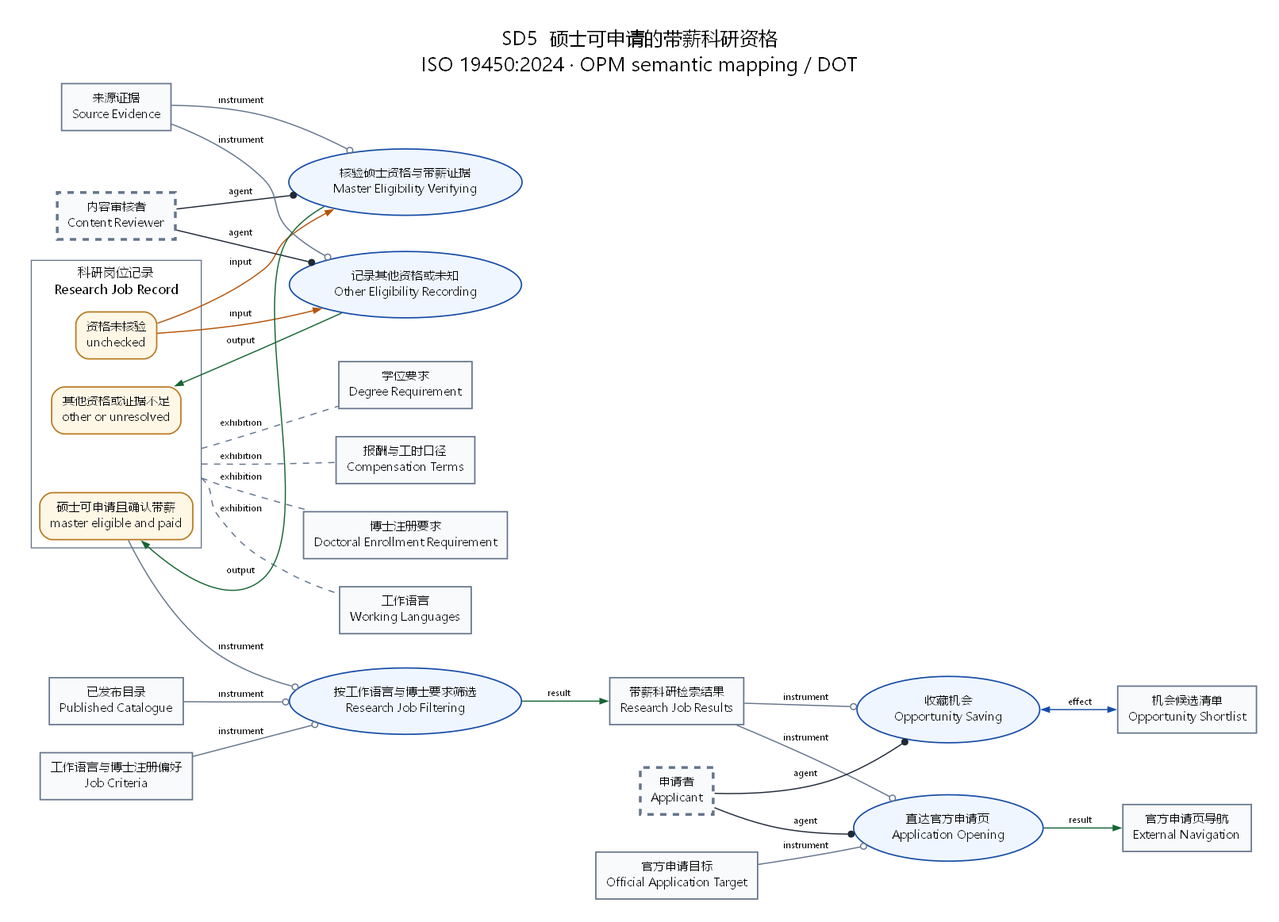
This is opm/SD5.png from witold-andelie/Czech-Uni-Application, a Graphviz export, as it was before one commit. Its source is kept beside it as opm/SD5.dot. Its diagram source:
```dot
digraph SD5 {
  graph [rankdir="LR", compound="true", bgcolor="#FFFFFF", pad="0.3", nodesep="0.38", ranksep="0.65", splines="spline", fontname="Microsoft YaHei", fontsize="18", labelloc="t", label="SD5  硕士可申请的带薪科研资格\nISO 19450:2024 · OPM semantic mapping / DOT"];
  node [fontname="Microsoft YaHei", fontsize="11", margin="0.14,0.10", penwidth="1.3"];
  edge [fontname="Segoe UI", fontsize="9", arrowsize="0.7", penwidth="1.1"];
  subgraph cluster_jobs {
    graph [label="科研岗位记录\nResearch Job Record", color="#64748B", style="solid", fontsize="12", opm_kind="object", opm_id="jobs"];
    jobs [label="", shape="point", width="0.01", style="invis", opm_kind="object", opm_anchor="true"];
    eligiblejob [label="硕士可申请且确认带薪\nmaster eligible and paid", shape="box", style="rounded,filled", fillcolor="#FFF7E6", color="#B7791F", opm_kind="state", opm_owner="jobs"];
    otherjob [label="其他资格或证据不足\nother or unresolved", shape="box", style="rounded,filled", fillcolor="#FFF7E6", color="#B7791F", opm_kind="state", opm_owner="jobs"];
    uncheckedjob [label="资格未核验\nunchecked", shape="box", style="rounded,filled", fillcolor="#FFF7E6", color="#B7791F", opm_kind="state", opm_owner="jobs"];
  }
  application [label="官方申请目标\nOfficial Application Target", shape="box", style="filled", fillcolor="#F8FAFC", color="#64748B", opm_kind="object"];
  catalog [label="已发布目录\nPublished Catalogue", shape="box", style="filled", fillcolor="#F8FAFC", color="#64748B", opm_kind="object"];
  degree [label="学位要求\nDegree Requirement", shape="box", style="filled", fillcolor="#F8FAFC", color="#64748B", opm_kind="object"];
  editor [label="内容审核者\nContent Reviewer", shape="box", style="dashed,filled", fillcolor="#F8FAFC", color="#64748B", opm_kind="object", penwidth="2.6"];
  evidence [label="来源证据\nSource Evidence", shape="box", style="filled", fillcolor="#F8FAFC", color="#64748B", opm_kind="object"];
  jobcriteria [label="工作语言与博士注册偏好\nJob Criteria", shape="box", style="filled", fillcolor="#F8FAFC", color="#64748B", opm_kind="object"];
  jobfilter [label="按工作语言与博士要求筛选\nResearch Job Filtering", shape="ellipse", style="filled", fillcolor="#EFF6FF", color="#174DA6", opm_kind="process"];
  jobother [label="记录其他资格或未知\nOther Eligibility Recording", shape="ellipse", style="filled", fillcolor="#EFF6FF", color="#174DA6", opm_kind="process"];
  jobresults [label="带薪科研检索结果\nResearch Job Results", shape="box", style="filled", fillcolor="#F8FAFC", color="#64748B", opm_kind="object"];
  jobverify [label="核验硕士资格与带薪证据\nMaster Eligibility Verifying", shape="ellipse", style="filled", fillcolor="#EFF6FF", color="#174DA6", opm_kind="process"];
  navigate [label="直达官方申请页\nApplication Opening", shape="ellipse", style="filled", fillcolor="#EFF6FF", color="#174DA6", opm_kind="process"];
  navigation [label="官方申请页导航\nExternal Navigation", shape="box", style="filled", fillcolor="#F8FAFC", color="#64748B", opm_kind="object"];
  pay [label="报酬与工时口径\nCompensation Terms", shape="box", style="filled", fillcolor="#F8FAFC", color="#64748B", opm_kind="object"];
  phd [label="博士注册要求\nDoctoral Enrollment Requirement", shape="box", style="filled", fillcolor="#F8FAFC", color="#64748B", opm_kind="object"];
  save [label="收藏机会\nOpportunity Saving", shape="ellipse", style="filled", fillcolor="#EFF6FF", color="#174DA6", opm_kind="process"];
  shortlist [label="机会候选清单\nOpportunity Shortlist", shape="box", style="filled", fillcolor="#F8FAFC", color="#64748B", opm_kind="object"];
  user [label="申请者\nApplicant", shape="box", style="dashed,filled", fillcolor="#F8FAFC", color="#64748B", opm_kind="object", penwidth="2.6"];
  worklang [label="工作语言\nWorking Languages", shape="box", style="filled", fillcolor="#F8FAFC", color="#64748B", opm_kind="object"];
  jobs -> degree [dir="none", color="#64748B", style="dashed", label="exhibition", opm_relation="exhibition", ltail="cluster_jobs"];
  jobs -> phd [dir="none", color="#64748B", style="dashed", label="exhibition", opm_relation="exhibition", ltail="cluster_jobs"];
  jobs -> pay [dir="none", color="#64748B", style="dashed", label="exhibition", opm_relation="exhibition", ltail="cluster_jobs"];
  jobs -> worklang [dir="none", color="#64748B", style="dashed", label="exhibition", opm_relation="exhibition", ltail="cluster_jobs"];
  uncheckedjob -> jobverify [arrowhead="normal", color="#B45309", label="input", opm_relation="input"];
  jobverify -> eligiblejob [arrowhead="normal", color="#166534", label="output", opm_relation="output"];
  evidence -> jobverify [arrowhead="odot", color="#64748B", label="instrument", opm_relation="instrument"];
  editor -> jobverify [arrowhead="dot", color="#1F2937", label="agent", opm_relation="agent"];
  uncheckedjob -> jobother [arrowhead="normal", color="#B45309", label="input", opm_relation="input"];
  jobother -> otherjob [arrowhead="normal", color="#166534", label="output", opm_relation="output"];
  evidence -> jobother [arrowhead="odot", color="#64748B", label="instrument", opm_relation="instrument"];
  editor -> jobother [arrowhead="dot", color="#1F2937", label="agent", opm_relation="agent"];
  eligiblejob -> jobfilter [arrowhead="odot", color="#64748B", label="instrument", opm_relation="instrument"];
  jobcriteria -> jobfilter [arrowhead="odot", color="#64748B", label="instrument", opm_relation="instrument"];
  catalog -> jobfilter [arrowhead="odot", color="#64748B", label="instrument", opm_relation="instrument"];
  jobfilter -> jobresults [arrowhead="normal", color="#166534", label="result", opm_relation="result"];
  jobresults -> save [arrowhead="odot", color="#64748B", label="instrument", opm_relation="instrument"];
  user -> save [arrowhead="dot", color="#1F2937", label="agent", opm_relation="agent"];
  save -> shortlist [dir="both", arrowhead="normal", arrowtail="normal", color="#174DA6", label="effect", opm_relation="effect"];
  user -> navigate [arrowhead="dot", color="#1F2937", label="agent", opm_relation="agent"];
  jobresults -> navigate [arrowhead="odot", color="#64748B", label="instrument", opm_relation="instrument"];
  application -> navigate [arrowhead="odot", color="#64748B", label="instrument", opm_relation="instrument"];
  navigate -> navigation [arrowhead="normal", color="#166534", label="result", opm_relation="result"];
}
```
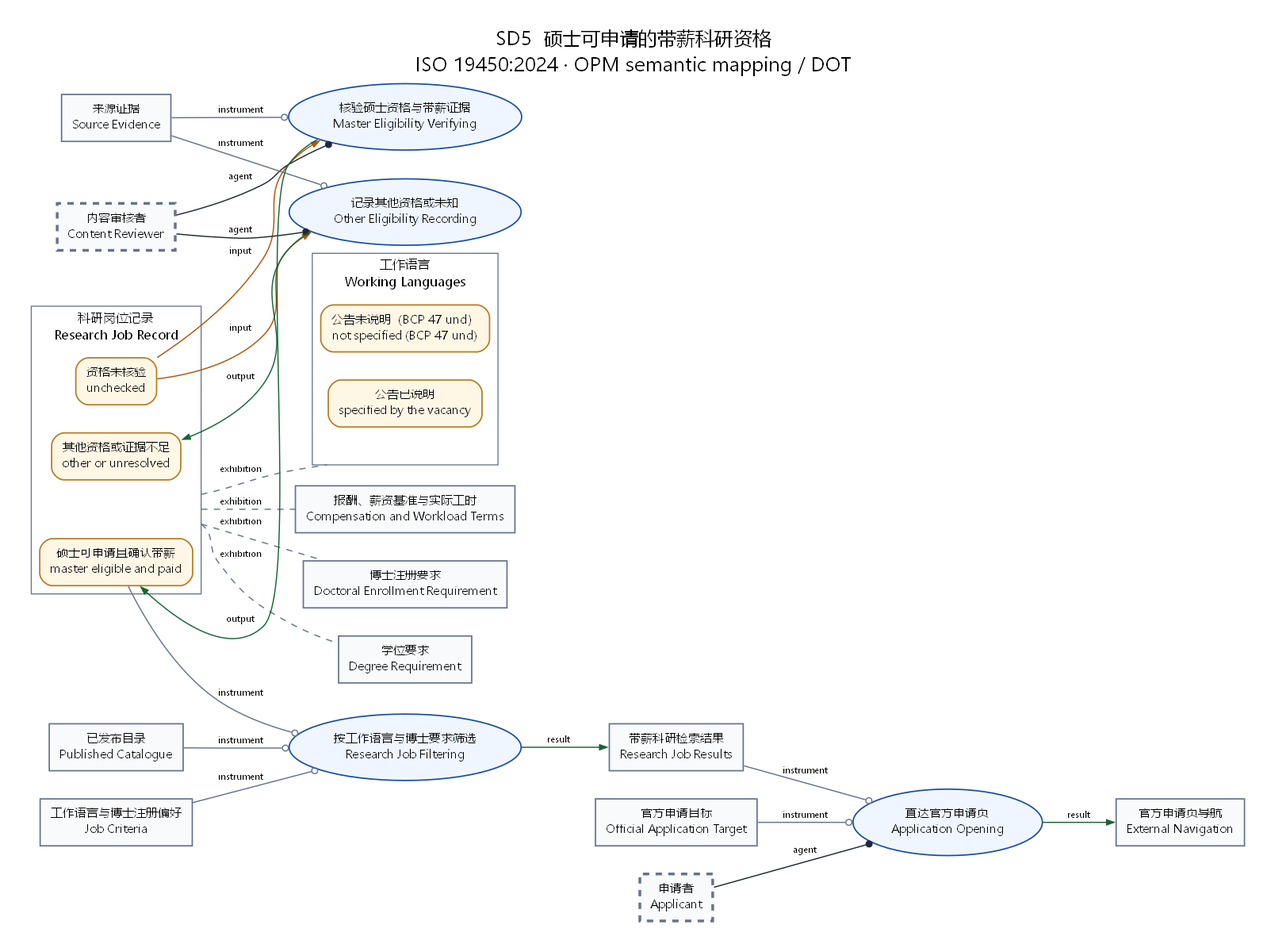
After the change.

Change to the diagram source:
```diff
@@ -8,6 +8,12 @@
     eligiblejob [label="硕士可申请且确认带薪\nmaster eligible and paid", shape="box", style="rounded,filled", fillcolor="#FFF7E6", color="#B7791F", opm_kind="state", opm_owner="jobs"];
     otherjob [label="其他资格或证据不足\nother or unresolved", shape="box", style="rounded,filled", fillcolor="#FFF7E6", color="#B7791F", opm_kind="state", opm_owner="jobs"];
     uncheckedjob [label="资格未核验\nunchecked", shape="box", style="rounded,filled", fillcolor="#FFF7E6", color="#B7791F", opm_kind="state", opm_owner="jobs"];
+  }
+  subgraph cluster_worklang {
+    graph [label="工作语言\nWorking Languages", color="#64748B", style="solid", fontsize="12", opm_kind="object", opm_id="worklang"];
+    worklang [label="", shape="point", width="0.01", style="invis", opm_kind="object", opm_anchor="true"];
+    worklangspecified [label="公告已说明\nspecified by the vacancy", shape="box", style="rounded,filled", fillcolor="#FFF7E6", color="#B7791F", opm_kind="state", opm_owner="worklang"];
+    worklangund [label="公告未说明（BCP 47 und）\nnot specified (BCP 47 und)", shape="box", style="rounded,filled", fillcolor="#FFF7E6", color="#B7791F", opm_kind="state", opm_owner="worklang"];
   }
   application [label="官方申请目标\nOfficial Application Target", shape="box", style="filled", fillcolor="#F8FAFC", color="#64748B", opm_kind="object"];
   catalog [label="已发布目录\nPublished Catalogue", shape="box", style="filled", fillcolor="#F8FAFC", color="#64748B", opm_kind="object"];
@@ -21,16 +27,13 @@
   jobverify [label="核验硕士资格与带薪证据\nMaster Eligibility Verifying", shape="ellipse", style="filled", fillcolor="#EFF6FF", color="#174DA6", opm_kind="process"];
   navigate [label="直达官方申请页\nApplication Opening", shape="ellipse", style="filled", fillcolor="#EFF6FF", color="#174DA6", opm_kind="process"];
   navigation [label="官方申请页导航\nExternal Navigation", shape="box", style="filled", fillcolor="#F8FAFC", color="#64748B", opm_kind="object"];
-  pay [label="报酬与工时口径\nCompensation Terms", shape="box", style="filled", fillcolor="#F8FAFC", color="#64748B", opm_kind="object"];
+  pay [label="报酬、薪资基准与实际工时\nCompensation and Workload Terms", shape="box", style="filled", fillcolor="#F8FAFC", color="#64748B", opm_kind="object"];
   phd [label="博士注册要求\nDoctoral Enrollment Requirement", shape="box", style="filled", fillcolor="#F8FAFC", color="#64748B", opm_kind="object"];
-  save [label="收藏机会\nOpportunity Saving", shape="ellipse", style="filled", fillcolor="#EFF6FF", color="#174DA6", opm_kind="process"];
-  shortlist [label="机会候选清单\nOpportunity Shortlist", shape="box", style="filled", fillcolor="#F8FAFC", color="#64748B", opm_kind="object"];
   user [label="申请者\nApplicant", shape="box", style="dashed,filled", fillcolor="#F8FAFC", color="#64748B", opm_kind="object", penwidth="2.6"];
-  worklang [label="工作语言\nWorking Languages", shape="box", style="filled", fillcolor="#F8FAFC", color="#64748B", opm_kind="object"];
   jobs -> degree [dir="none", color="#64748B", style="dashed", label="exhibition", opm_relation="exhibition", ltail="cluster_jobs"];
   jobs -> phd [dir="none", color="#64748B", style="dashed", label="exhibition", opm_relation="exhibition", ltail="cluster_jobs"];
   jobs -> pay [dir="none", color="#64748B", style="dashed", label="exhibition", opm_relation="exhibition", ltail="cluster_jobs"];
-  jobs -> worklang [dir="none", color="#64748B", style="dashed", label="exhibition", opm_relation="exhibition", ltail="cluster_jobs"];
+  jobs -> worklang [dir="none", color="#64748B", style="dashed", label="exhibition", opm_relation="exhibition", ltail="cluster_jobs", lhead="cluster_worklang"];
   uncheckedjob -> jobverify [arrowhead="normal", color="#B45309", label="input", opm_relation="input"];
   jobverify -> eligiblejob [arrowhead="normal", color="#166534", label="output", opm_relation="output"];
   evidence -> jobverify [arrowhead="odot", color="#64748B", label="instrument", opm_relation="instrument"];
@@ -43,9 +46,6 @@
   jobcriteria -> jobfilter [arrowhead="odot", color="#64748B", label="instrument", opm_relation="instrument"];
   catalog -> jobfilter [arrowhead="odot", color="#64748B", label="instrument", opm_relation="instrument"];
   jobfilter -> jobresults [arrowhead="normal", color="#166534", label="result", opm_relation="result"];
-  jobresults -> save [arrowhead="odot", color="#64748B", label="instrument", opm_relation="instrument"];
-  user -> save [arrowhead="dot", color="#1F2937", label="agent", opm_relation="agent"];
-  save -> shortlist [dir="both", arrowhead="normal", arrowtail="normal", color="#174DA6", label="effect", opm_relation="effect"];
   user -> navigate [arrowhead="dot", color="#1F2937", label="agent", opm_relation="agent"];
   jobresults -> navigate [arrowhead="odot", color="#64748B", label="instrument", opm_relation="instrument"];
   application -> navigate [arrowhead="odot", color="#64748B", label="instrument", opm_relation="instrument"];
```
